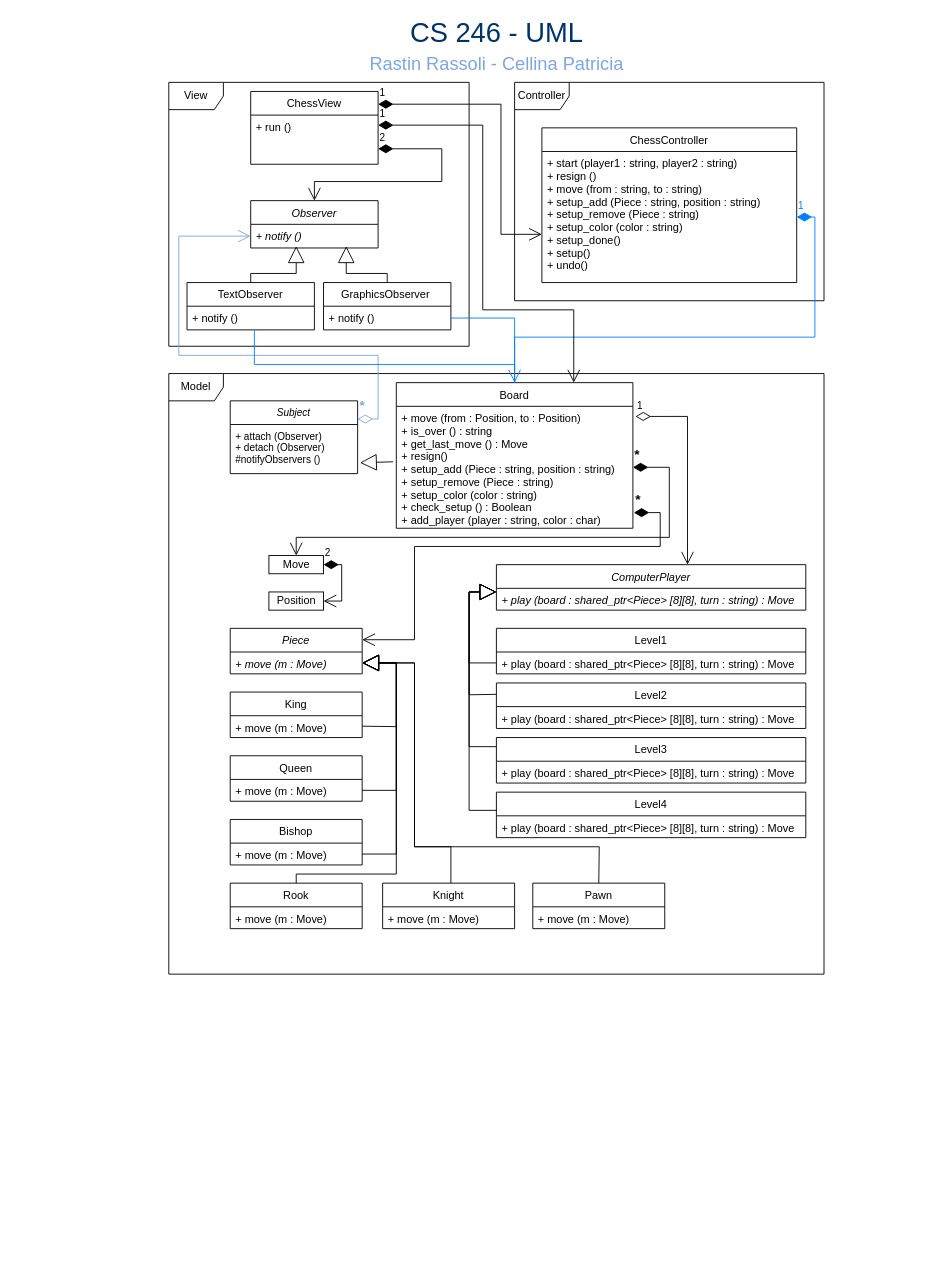
rastin1379/CS_246_Project keeps this draw.io diagram as ChessUML.drawio. Above is the earlier version. Source tidied: cells renumbered, new cells numbered last; positions are measured from the earlier drawing's top-left corner, leaving out a move shared by most shapes. Both pictures are drawn from the tidied source at 91%, with x=0, y=0 at pixel (168, 18).
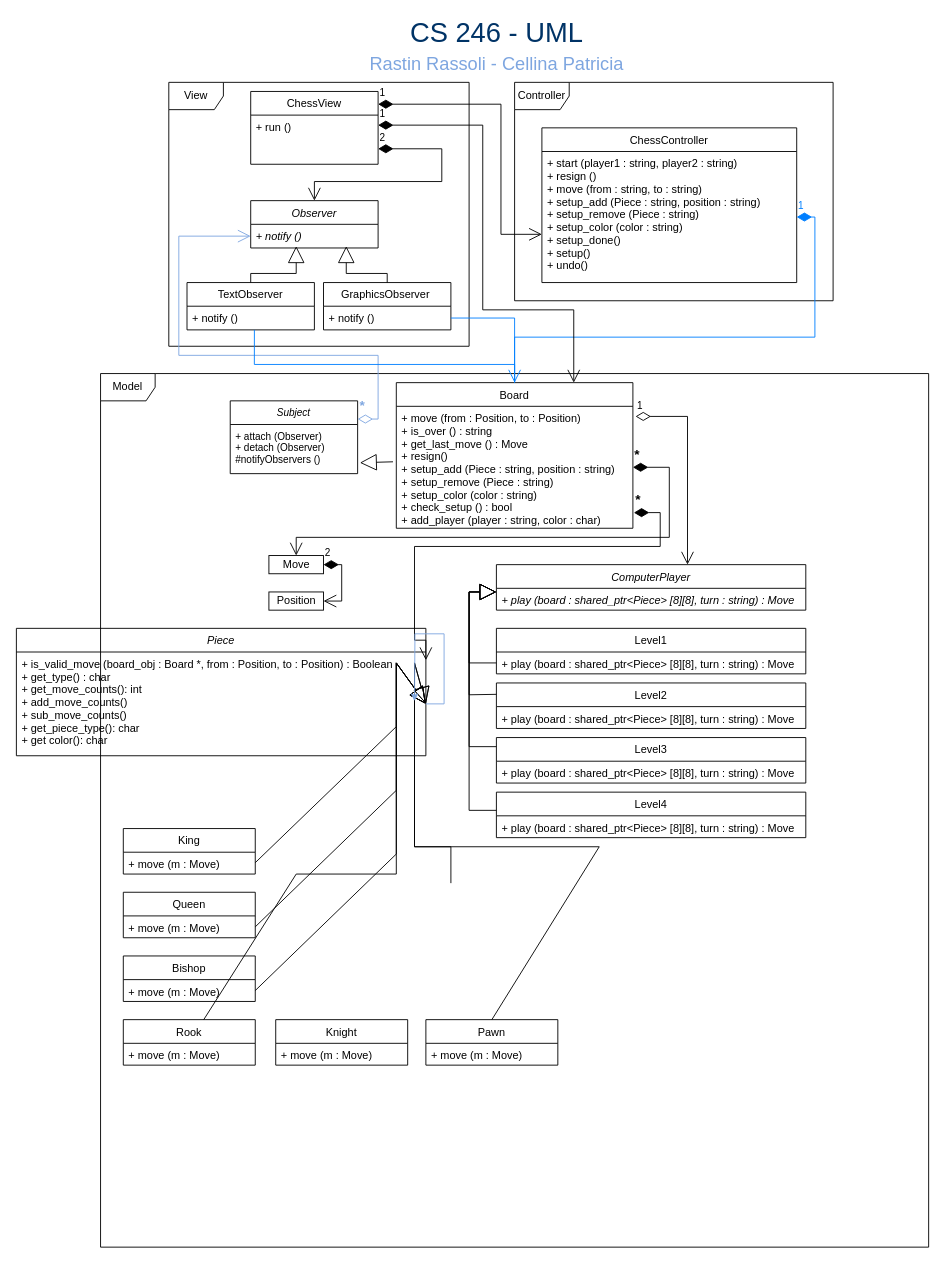
The same diagram, later.

The change refers to these unchanged cells:
```xml
<mxCell id="17" value="Board" style="swimlane;fontStyle=0;horizontal=1;startSize=26;fillColor=none;" parent="1" vertex="1">
  <mxGeometry x="250" y="400" width="260" height="160" as="geometry" />
</mxCell>
```

Diff of the diagram source:
```diff
@@
     <mxCell id="3" value="Controller" style="shape=umlFrame;whiteSpace=wrap;html=1;" parent="1" vertex="1">
-      <mxGeometry x="380" y="70" width="340" height="240" as="geometry" />
+      <mxGeometry x="380" y="70" width="350" height="240" as="geometry" />
     </mxCell>
     <mxCell id="4" value="Model" style="shape=umlFrame;whiteSpace=wrap;html=1;" parent="1" vertex="1">
-      <mxGeometry y="390" width="720" height="660" as="geometry" />
+      <mxGeometry x="-75" y="390" width="910" height="960" as="geometry" />
     </mxCell>
@@
-    <mxCell id="18" value="+ move (from : Position, to : Position) &#10;+ is_over () : string &#10;+ get_last_move () : Move&#10;+ resign()&#10;+ setup_add (Piece : string, position : string)&#10;+ setup_remove (Piece : string)&#10;+ setup_color (color : string)&#10;+ check_setup () : Boolean&#10;+ add_player (player : string, color : char)" style="text;strokeColor=none;fillColor=none;align=left;verticalAlign=top;spacingLeft=4;spacingRight=4;overflow=hidden;points=[[0,0.5],[1,0.5]];portConstraint=eastwest;" parent="17" vertex="1">
+    <mxCell id="18" value="+ move (from : Position, to : Position) &#10;+ is_over () : string &#10;+ get_last_move () : Move&#10;+ resign()&#10;+ setup_add (Piece : string, position : string)&#10;+ setup_remove (Piece : string)&#10;+ setup_color (color : string)&#10;+ check_setup () : bool&#10;+ add_player (player : string, color : char)" style="text;strokeColor=none;fillColor=none;align=left;verticalAlign=top;spacingLeft=4;spacingRight=4;overflow=hidden;points=[[0,0.5],[1,0.5]];portConstraint=eastwest;" parent="17" vertex="1">
       <mxGeometry y="26" width="260" height="134" as="geometry" />
     </mxCell>
@@
     <mxCell id="41" value="Piece" style="swimlane;fontStyle=2;horizontal=1;startSize=26;fillColor=none;" parent="1" vertex="1">
-      <mxGeometry x="67.5" y="670" width="145" height="50" as="geometry" />
+      <mxGeometry x="-167.5" y="670" width="450" height="140" as="geometry" />
     </mxCell>
-    <mxCell id="42" value="+ move (m : Move) &#10;&#10;" style="text;strokeColor=none;fillColor=none;align=left;verticalAlign=top;spacingLeft=4;spacingRight=4;overflow=hidden;points=[[0,0.5],[1,0.5]];portConstraint=eastwest;fontStyle=2;" parent="41" vertex="1">
-      <mxGeometry y="26" width="145" height="24" as="geometry" />
+    <mxCell id="42" value="+ is_valid_move (board_obj : Board *, from : Position, to : Position) : Boolean &#10;+ get_type() : char&#10;+ get_move_counts(): int&#10;+ add_move_counts()&#10;+ sub_move_counts()&#10;+ get_piece_type(): char&#10;+ get color(): char&#10;" style="text;strokeColor=none;fillColor=none;align=left;verticalAlign=top;spacingLeft=4;spacingRight=4;overflow=hidden;points=[[0,0.5],[1,0.5]];portConstraint=eastwest;fontStyle=0;" parent="41" vertex="1">
+      <mxGeometry y="26" width="450" height="114" as="geometry" />
     </mxCell>
     <mxCell id="43" value="King" style="swimlane;fontStyle=0;horizontal=1;startSize=26;fillColor=none;" parent="1" vertex="1">
-      <mxGeometry x="67.5" y="740" width="145" height="50" as="geometry" />
+      <mxGeometry x="-50" y="890" width="145" height="50" as="geometry" />
     </mxCell>
@@
     <mxCell id="45" value="Queen" style="swimlane;fontStyle=0;horizontal=1;startSize=26;fillColor=none;" parent="1" vertex="1">
-      <mxGeometry x="67.5" y="810" width="145" height="50" as="geometry" />
+      <mxGeometry x="-50" y="960" width="145" height="50" as="geometry" />
     </mxCell>
@@
     <mxCell id="47" value="Bishop" style="swimlane;fontStyle=0;horizontal=1;startSize=26;fillColor=none;" parent="1" vertex="1">
-      <mxGeometry x="67.5" y="880" width="145" height="50" as="geometry" />
+      <mxGeometry x="-50" y="1030" width="145" height="50" as="geometry" />
     </mxCell>
@@
     <mxCell id="49" value="Rook" style="swimlane;fontStyle=0;horizontal=1;startSize=26;fillColor=none;" parent="1" vertex="1">
-      <mxGeometry x="67.5" y="950" width="145" height="50" as="geometry" />
+      <mxGeometry x="-50" y="1100" width="145" height="50" as="geometry" />
     </mxCell>
@@
     <mxCell id="51" value="Knight" style="swimlane;fontStyle=0;horizontal=1;startSize=26;fillColor=none;" parent="1" vertex="1">
-      <mxGeometry x="235" y="950" width="145" height="50" as="geometry" />
+      <mxGeometry x="117.5" y="1100" width="145" height="50" as="geometry" />
     </mxCell>
@@
     <mxCell id="53" value="Pawn" style="swimlane;fontStyle=0;horizontal=1;startSize=26;fillColor=none;" parent="1" vertex="1">
-      <mxGeometry x="400" y="950" width="145" height="50" as="geometry" />
+      <mxGeometry x="282.5" y="1100" width="145" height="50" as="geometry" />
     </mxCell>
@@
+    <mxCell id="71" style="edgeStyle=orthogonalEdgeStyle;rounded=0;jettySize=auto;html=1;fontColor=#7EA6E0;strokeColor=#7EA6E0;" parent="1" edge="1" source="42">
+      <mxGeometry relative="1" as="geometry">
+        <mxPoint x="270" y="750" as="targetPoint" />
+      </mxGeometry>
+    </mxCell>
```
